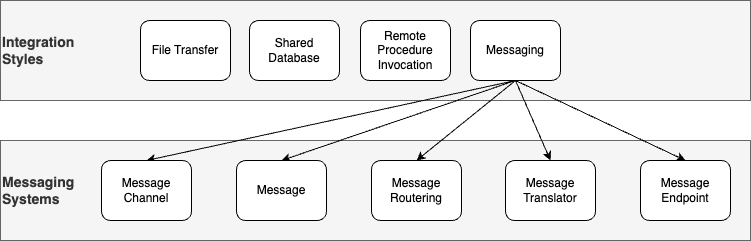
Before: lectures/imgs/root-patterns.drawio.png, a diagram exported from draw.io (ceedee666/systems-integration). Source tidied: cells renumbered, new cells last; positions are measured from the earlier drawing's top-left corner, leaving out a move shared by most shapes.
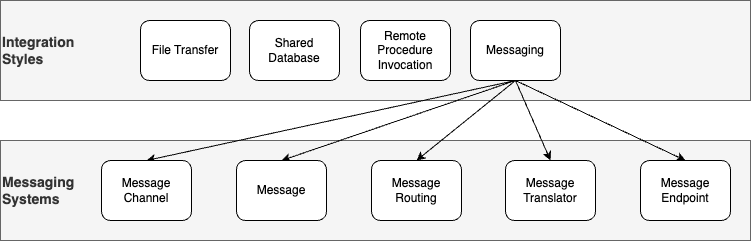
Later version of the same file.

Diff of the diagram source:
```diff
@@ -41,7 +41,7 @@
     <mxCell id="14" value="Message" style="rounded=1;whiteSpace=wrap;html=1;" parent="1" vertex="1">
       <mxGeometry x="236" y="160" width="90" height="60" as="geometry" />
     </mxCell>
-    <mxCell id="15" value="Message Routering" style="rounded=1;whiteSpace=wrap;html=1;" parent="1" vertex="1">
+    <mxCell id="15" value="Message Routing" style="rounded=1;whiteSpace=wrap;html=1;" parent="1" vertex="1">
       <mxGeometry x="371" y="160" width="90" height="60" as="geometry" />
     </mxCell>
     <mxCell id="16" value="Message Translator" style="rounded=1;whiteSpace=wrap;html=1;" parent="1" vertex="1">
```
